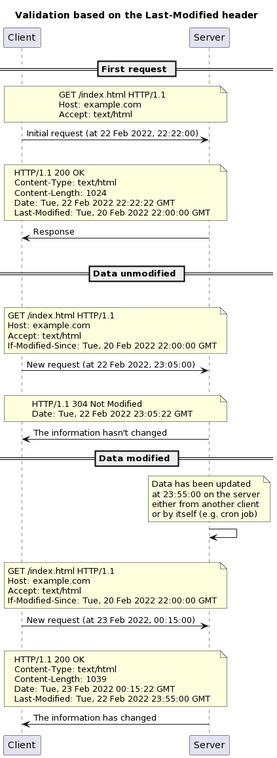
Before: 23-caching-and-performance/images/validation-model-based-on-the-last-modified-header.png, a diagram exported from PlantUML (heig-vd-dai-course/heig-vd-dai-course). Source of this version:
```plantuml
@startuml
title "Validation based on the Last-Modified header"

participant Client
participant Server

== First request ==

note over Client, Server
GET /index.html HTTP/1.1
Host: example.com
Accept: text/html
end note
Client -> Server: Initial request (at 22 Feb 2022, 22:22:00)

|||

note over Client, Server
HTTP/1.1 200 OK
Content-Type: text/html
Content-Length: 1024
Date: Tue, 22 Feb 2022 22:22:22 GMT
Last-Modified: Tue, 20 Feb 2022 22:00:00 GMT
end note
Server -> Client: Response

|||

== Data unmodified ==

|||

note over Client, Server
GET /index.html HTTP/1.1
Host: example.com
Accept: text/html
If-Modified-Since: Tue, 20 Feb 2022 22:00:00 GMT
end note
Client -> Server: New request (at 22 Feb 2022, 23:05:00)

|||

note over Client, Server
HTTP/1.1 304 Not Modified
Date: Tue, 22 Feb 2022 23:05:22 GMT
end note
Server -> Client: The information hasn't changed

== Data modified ==

note over of Server
Data has been updated
at 23:55:00 on the server
either from another client
or by itself (e.g. cron job)
end note

Server -> Server

|||

note over Client, Server
GET /index.html HTTP/1.1
Host: example.com
Accept: text/html
If-Modified-Since: Tue, 20 Feb 2022 22:00:00 GMT
end note
Client -> Server: New request (at 23 Feb 2022, 00:15:00)

|||

note over Client, Server
HTTP/1.1 200 OK
Content-Type: text/html
Content-Length: 1039
Date: Tue, 23 Feb 2022 00:15:22 GMT
Last-Modified: Tue, 22 Feb 2022 23:55:00 GMT
end note
Server -> Client: The information has changed
@enduml
```
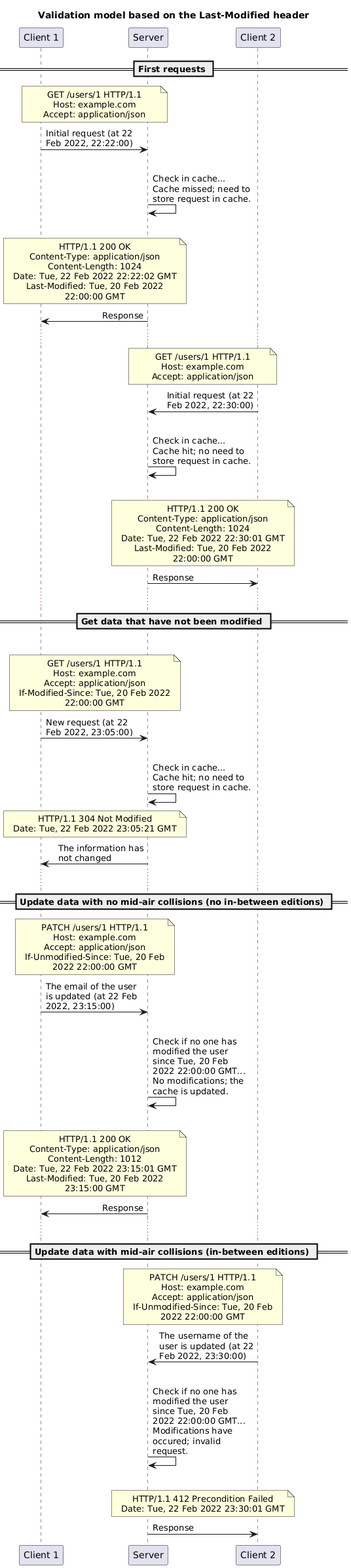
After the commit.

The edit, as a diff of the source:
```diff
@@ -1,80 +1,136 @@
 @startuml
-title "Validation based on the Last-Modified header"
+skinparam boxPadding 100
+skinparam maxMessageSize 150
+skinparam noteTextAlignment center
+skinparam sequenceMessageAlign direction
+skinparam wrapWidth 250
 
-participant Client
-participant Server
+title "Validation model based on the Last-Modified header"
 
-== First request ==
+participant "Client 1" as client1
+participant "Server" as server
+participant "Client 2" as client2
 
-note over Client, Server
-GET /index.html HTTP/1.1
+== First requests ==
+
+note over client1, server
+GET /users/1 HTTP/1.1
 Host: example.com
-Accept: text/html
+Accept: application/json
 end note
-Client -> Server: Initial request (at 22 Feb 2022, 22:22:00)
+client1 -> server: Initial request (at 22 Feb 2022, 22:22:00)
 
 |||
 
-note over Client, Server
-HTTP/1.1 200 OK
-Content-Type: text/html
-Content-Length: 1024
-Date: Tue, 22 Feb 2022 22:22:22 GMT
-Last-Modified: Tue, 20 Feb 2022 22:00:00 GMT
-end note
-Server -> Client: Response
+server -> server: Check in cache...\nCache missed; need to store request in cache.
 
 |||
 
-== Data unmodified ==
+note over client1, server
+HTTP/1.1 200 OK
+Content-Type: application/json
+Content-Length: 1024
+Date: Tue, 22 Feb 2022 22:22:02 GMT
+Last-Modified: Tue, 20 Feb 2022 22:00:00 GMT
+end note
+server -> client1: Response
+
+...
+
+note over server, client2
+GET /users/1 HTTP/1.1
+Host: example.com
+Accept: application/json
+end note
+server <- client2: Initial request (at 22 Feb 2022, 22:30:00)
 
 |||
 
-note over Client, Server
-GET /index.html HTTP/1.1
-Host: example.com
-Accept: text/html
-If-Modified-Since: Tue, 20 Feb 2022 22:00:00 GMT
-end note
-Client -> Server: New request (at 22 Feb 2022, 23:05:00)
+server -> server: Check in cache...\nCache hit; no need to store request in cache.
 
 |||
 
-note over Client, Server
-HTTP/1.1 304 Not Modified
-Date: Tue, 22 Feb 2022 23:05:22 GMT
+note over server, client2
+HTTP/1.1 200 OK
+Content-Type: application/json
+Content-Length: 1024
+Date: Tue, 22 Feb 2022 22:30:01 GMT
+Last-Modified: Tue, 20 Feb 2022 22:00:00 GMT
 end note
-Server -> Client: The information hasn't changed
+server -> client2: Response
 
-== Data modified ==
+...
 
-note over of Server
-Data has been updated
-at 23:55:00 on the server
-either from another client
-or by itself (e.g. cron job)
-end note
-
-Server -> Server
+== Get data that have not been modified ==
 
 |||
 
-note over Client, Server
-GET /index.html HTTP/1.1
+note over client1, server
+GET /users/1 HTTP/1.1
 Host: example.com
-Accept: text/html
+Accept: application/json
 If-Modified-Since: Tue, 20 Feb 2022 22:00:00 GMT
 end note
-Client -> Server: New request (at 23 Feb 2022, 00:15:00)
+client1 -> server: New request (at 22 Feb 2022, 23:05:00)
 
 |||
 
-note over Client, Server
+server -> server: Check in cache...\nCache hit; no need to store request in cache.
+
+note over client1, server
+HTTP/1.1 304 Not Modified
+Date: Tue, 22 Feb 2022 23:05:21 GMT
+end note
+server -> client1: The information has not changed
+
+...
+
+== Update data with no mid-air collisions (no in-between editions) ==
+
+note over client1, server
+PATCH /users/1 HTTP/1.1
+Host: example.com
+Accept: application/json
+If-Unmodified-Since: Tue, 20 Feb 2022 22:00:00 GMT
+end note
+client1 -> server: The email of the user is updated (at 22 Feb 2022, 23:15:00)
+
+|||
+
+server -> server: Check if no one has modified the user since Tue, 20 Feb 2022 22:00:00 GMT...\nNo modifications; the cache is updated.
+
+|||
+
+note over client1, server
 HTTP/1.1 200 OK
-Content-Type: text/html
-Content-Length: 1039
-Date: Tue, 23 Feb 2022 00:15:22 GMT
-Last-Modified: Tue, 22 Feb 2022 23:55:00 GMT
+Content-Type: application/json
+Content-Length: 1012
+Date: Tue, 22 Feb 2022 23:15:01 GMT
+Last-Modified: Tue, 20 Feb 2022 23:15:00 GMT
 end note
-Server -> Client: The information has changed
+server -> client1: Response
+
+...
+
+== Update data with mid-air collisions (in-between editions) ==
+
+note over server, client2
+PATCH /users/1 HTTP/1.1
+Host: example.com
+Accept: application/json
+If-Unmodified-Since: Tue, 20 Feb 2022 22:00:00 GMT
+end note
+client2 -> server: The username of the user is updated (at 22 Feb 2022, 23:30:00)
+
+|||
+
+server -> server: Check if no one has modified the user since Tue, 20 Feb 2022 22:00:00 GMT...\nModifications have occured; invalid request.
+
+|||
+
+note over server, client2
+HTTP/1.1 412 Precondition Failed
+Date: Tue, 22 Feb 2022 23:30:01 GMT
+end note
+server -> client2: Response
 @enduml
```
